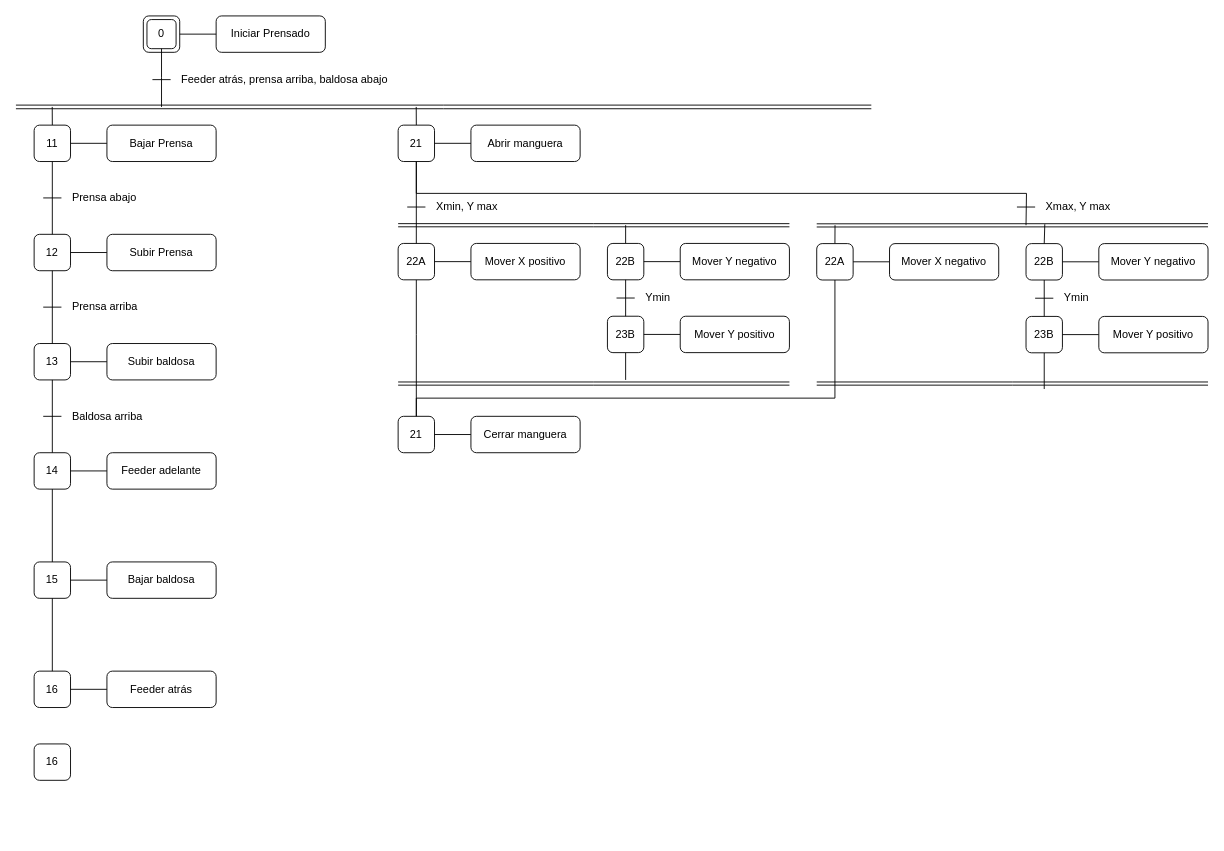
Above: Otros archivos/Grafcets.drawio in danielCamiloP/TecnomecatroniX (draw.io), before the change. Source tidied: cells renumbered, new cells numbered last; positions are measured from the earlier drawing's top-left corner, leaving out a move shared by most shapes. Both pictures are drawn from the tidied source at 91%, with x=0, y=0 at pixel (15, 15).
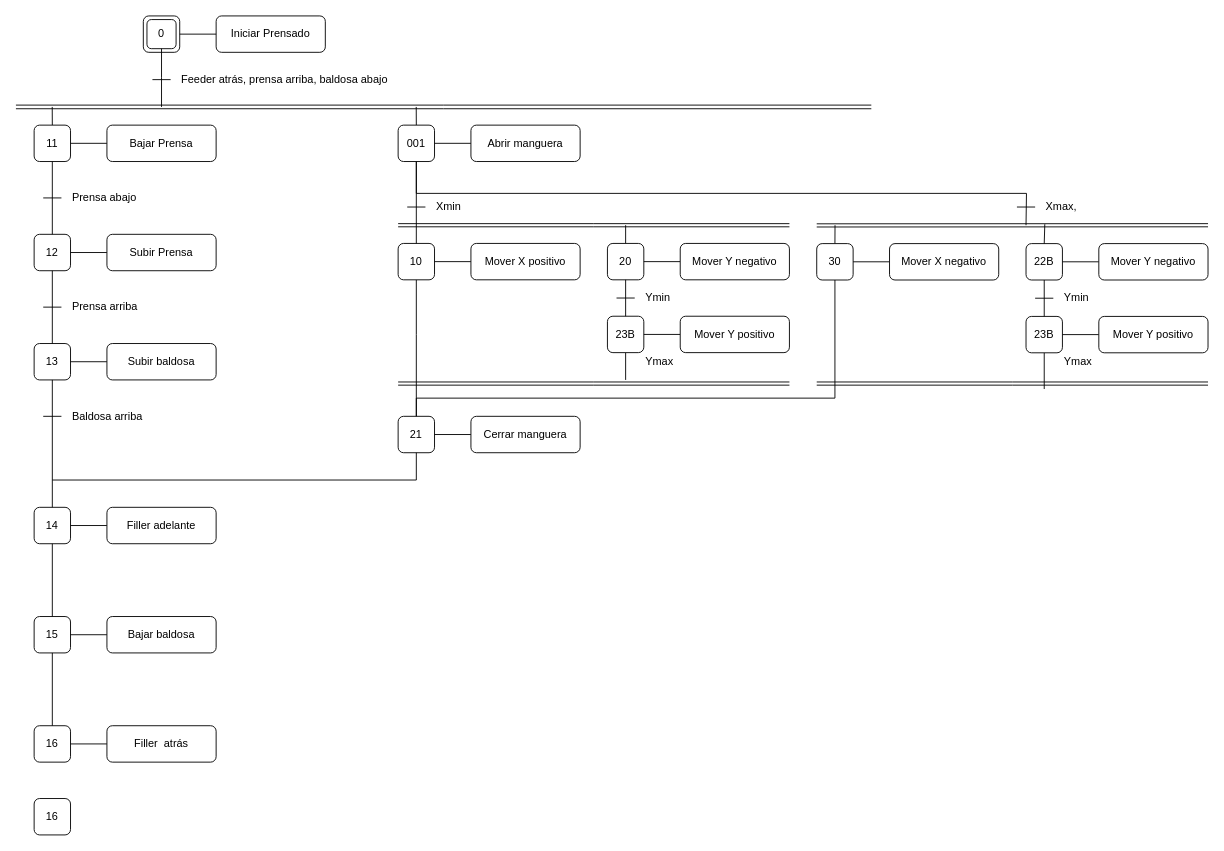
After the change.

Unchanged cells that the change refers to:
```xml
<mxCell id="9" style="group;" parent="1" vertex="1">
  <mxGeometry x="420" y="250" width="200" height="40" as="geometry" />
</mxCell>
<mxCell id="57" style="group;" parent="1" vertex="1">
  <mxGeometry x="420" y="120" width="200" height="40" as="geometry" />
</mxCell>
<mxCell id="64" style="group;" parent="1" vertex="1">
  <mxGeometry x="430" y="200" width="110" height="20" as="geometry" />
</mxCell>
<mxCell id="73" style="group;" parent="1" vertex="1">
  <mxGeometry x="650" y="250" width="200" height="40" as="geometry" />
</mxCell>
<mxCell id="82" style="group;" parent="1" vertex="1">
  <mxGeometry x="880" y="250.2" width="200" height="40" as="geometry" />
</mxCell>
<mxCell id="101" style="group;" parent="1" vertex="1">
  <mxGeometry x="1100" y="200" width="110" height="20" as="geometry" />
</mxCell>
<mxCell id="107" value="21" style="rounded=1;whiteSpace=wrap;html=1;" parent="105" vertex="1">
  <mxGeometry width="40" height="40" as="geometry" />
</mxCell>
```

What changed in the source:
```diff
@@
-    <mxCell id="11" value="22A" style="rounded=1;whiteSpace=wrap;html=1;" parent="9" vertex="1">
+    <mxCell id="11" value="10" style="rounded=1;whiteSpace=wrap;html=1;" parent="9" vertex="1">
       <mxGeometry width="40" height="40" as="geometry" />
     </mxCell>
@@
     <mxCell id="39" style="group;" parent="1" vertex="1">
-      <mxGeometry x="20" y="480" width="200" height="40" as="geometry" />
+      <mxGeometry x="20" y="540" width="200" height="40" as="geometry" />
     </mxCell>
@@
-    <mxCell id="42" value="Feeder adelante" style="rounded=1;whiteSpace=wrap;html=1;" parent="39" vertex="1">
+    <mxCell id="42" value="Filler adelante" style="rounded=1;whiteSpace=wrap;html=1;" parent="39" vertex="1">
       <mxGeometry x="80" width="120" height="40" as="geometry" />
     </mxCell>
@@
     <mxCell id="47" style="group;" parent="1" vertex="1">
-      <mxGeometry x="20" y="600" width="200" height="40" as="geometry" />
+      <mxGeometry x="20" y="660" width="200" height="40" as="geometry" />
     </mxCell>
@@
     <mxCell id="51" style="group;" parent="1" vertex="1">
-      <mxGeometry x="20" y="720" width="200" height="40" as="geometry" />
+      <mxGeometry x="20" y="780" width="200" height="40" as="geometry" />
     </mxCell>
@@
-    <mxCell id="54" value="Feeder atrás" style="rounded=1;whiteSpace=wrap;html=1;" parent="51" vertex="1">
+    <mxCell id="54" value="Filler&amp;nbsp;&amp;nbsp;atrás" style="rounded=1;whiteSpace=wrap;html=1;" parent="51" vertex="1">
       <mxGeometry x="80" width="120" height="40" as="geometry" />
     </mxCell>
@@
-    <mxCell id="60" value="21" style="rounded=1;whiteSpace=wrap;html=1;" parent="57" vertex="1">
+    <mxCell id="60" value="001" style="rounded=1;whiteSpace=wrap;html=1;" parent="57" vertex="1">
       <mxGeometry width="40" height="40" as="geometry" />
     </mxCell>
@@
-    <mxCell id="66" value="Xmin, Y max" style="text;html=1;align=left;verticalAlign=middle;whiteSpace=wrap;rounded=0;" parent="64" vertex="1">
+    <mxCell id="66" value="Xmin" style="text;html=1;align=left;verticalAlign=middle;whiteSpace=wrap;rounded=0;" parent="64" vertex="1">
       <mxGeometry x="30" width="80" height="20" as="geometry" />
     </mxCell>
@@
-    <mxCell id="75" value="22B" style="rounded=1;whiteSpace=wrap;html=1;" parent="73" vertex="1">
+    <mxCell id="75" value="20" style="rounded=1;whiteSpace=wrap;html=1;" parent="73" vertex="1">
       <mxGeometry width="40" height="40" as="geometry" />
     </mxCell>
@@
-    <mxCell id="84" value="22A" style="rounded=1;whiteSpace=wrap;html=1;" parent="82" vertex="1">
+    <mxCell id="84" value="30" style="rounded=1;whiteSpace=wrap;html=1;" parent="82" vertex="1">
       <mxGeometry width="40" height="40" as="geometry" />
     </mxCell>
@@
-    <mxCell id="103" value="Xmax, Y max" style="text;html=1;align=left;verticalAlign=middle;whiteSpace=wrap;rounded=0;" parent="101" vertex="1">
+    <mxCell id="103" value="Xmax,&amp;nbsp;" style="text;html=1;align=left;verticalAlign=middle;whiteSpace=wrap;rounded=0;" parent="101" vertex="1">
       <mxGeometry x="30" width="80" height="20" as="geometry" />
     </mxCell>
@@
     <mxCell id="113" value="16" style="rounded=1;whiteSpace=wrap;html=1;" parent="1" vertex="1">
-      <mxGeometry x="20" y="800" width="40" height="40" as="geometry" />
+      <mxGeometry x="20" y="860" width="40" height="40" as="geometry" />
     </mxCell>
+    <mxCell id="114" value="Ymax" style="text;html=1;align=left;verticalAlign=middle;whiteSpace=wrap;rounded=0;" parent="1" vertex="1">
+      <mxGeometry x="690" y="370.2" width="80" height="20" as="geometry" />
+    </mxCell>
+    <mxCell id="115" value="Ymax" style="text;html=1;align=left;verticalAlign=middle;whiteSpace=wrap;rounded=0;" parent="1" vertex="1">
+      <mxGeometry x="1150" y="370.2" width="80" height="20" as="geometry" />
+    </mxCell>
+    <mxCell id="116" style="endArrow=none;html=1;rounded=0;" parent="1" edge="1">
+      <mxGeometry relative="1" as="geometry">
+        <mxPoint x="40" y="510" as="sourcePoint" />
+        <mxPoint x="440" y="510" as="targetPoint" />
+      </mxGeometry>
+    </mxCell>
+    <mxCell id="117" style="endArrow=none;html=1;rounded=0;entryX=0.5;entryY=1;entryDx=0;entryDy=0;" parent="1" edge="1" target="107">
+      <mxGeometry relative="1" as="geometry">
+        <mxPoint x="440" y="510" as="sourcePoint" />
+      </mxGeometry>
+    </mxCell>
```
